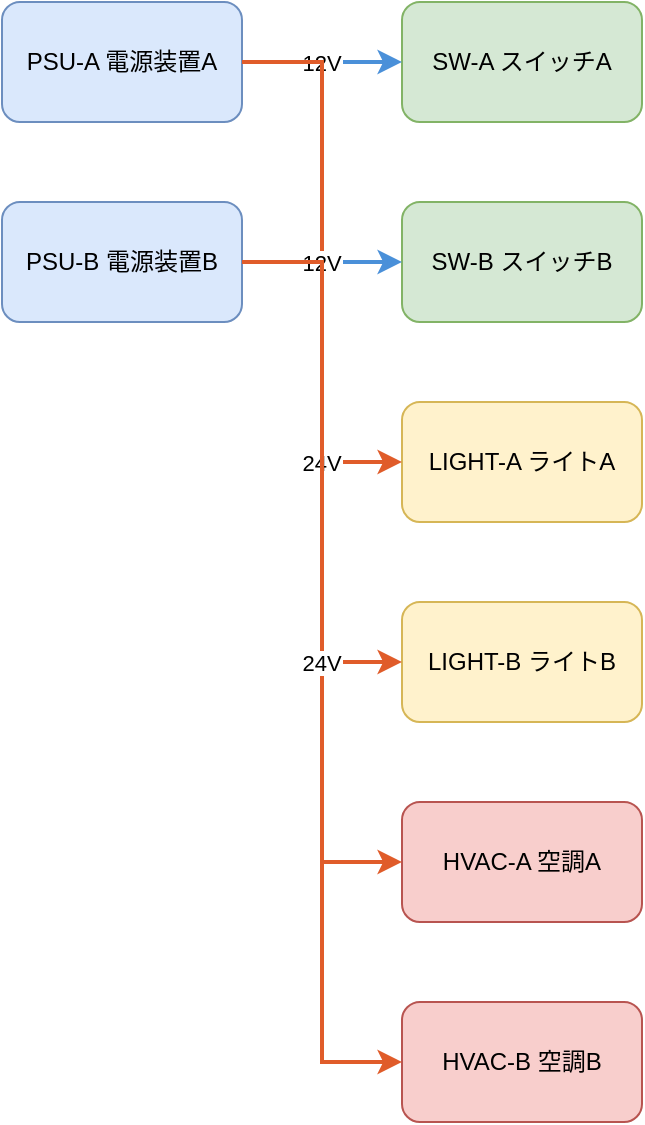
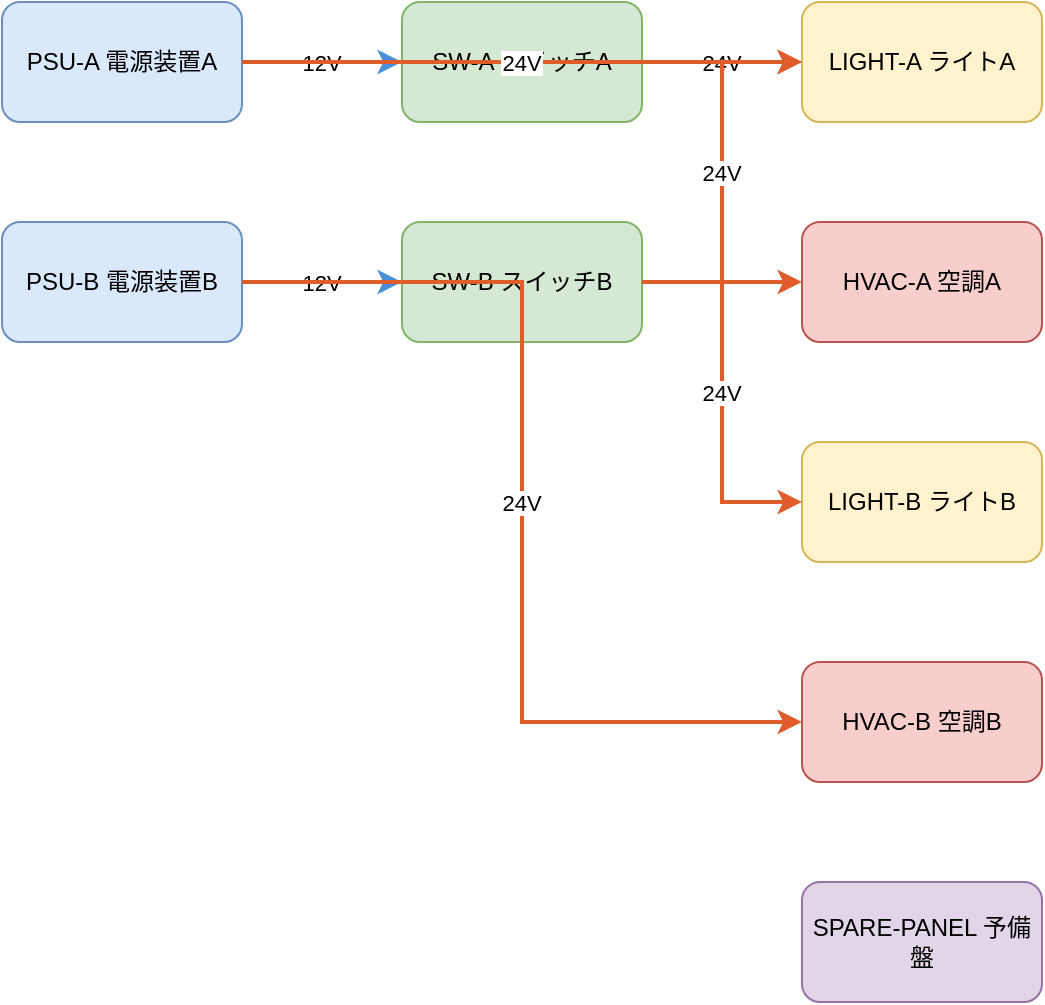
<?xml version="1.0" ?>
<mxGraphModel>
  <root>
    <mxCell id="0"/>
    <mxCell id="1" parent="0"/>
    <mxCell id="PSU-A" value="PSU-A
電源装置A" style="rounded=1;whiteSpace=wrap;html=1;fillColor=#DAE8FC;strokeColor=#6C8EBF;" vertex="1" parent="1" tooltip="type: PowerSupply&amp;#xa;system: A&amp;#xa;voltages: ['12V', '24V']&amp;#xa;capacity: 500W">
      <mxGeometry x="40" y="40" width="120" height="60" as="geometry"/>
    </mxCell>
-     <mxCell id="PSU-B" value="PSU-B
- 電源装置B" style="rounded=1;whiteSpace=wrap;html=1;fillColor=#DAE8FC;strokeColor=#6C8EBF;" vertex="1" parent="1" tooltip="type: PowerSupply&amp;#xa;system: B&amp;#xa;voltages: ['12V', '24V']&amp;#xa;capacity: 500W">
-       <mxGeometry x="40" y="140" width="120" height="60" as="geometry"/>
-     </mxCell>
    <mxCell id="SW-A" value="SW-A
スイッチA" style="rounded=1;whiteSpace=wrap;html=1;fillColor=#D5E8D4;strokeColor=#82B366;" vertex="1" parent="1" tooltip="type: Switch&amp;#xa;system: A&amp;#xa;voltages: ['12V']&amp;#xa;consumption: 5W">
      <mxGeometry x="240" y="40" width="120" height="60" as="geometry"/>
    </mxCell>
+     <mxCell id="LIGHT-A" value="LIGHT-A
+ ライトA" style="rounded=1;whiteSpace=wrap;html=1;fillColor=#FFF2CC;strokeColor=#D6B656;" vertex="1" parent="1" tooltip="type: Light&amp;#xa;system: A&amp;#xa;voltages: ['24V']&amp;#xa;consumption: 30W">
+       <mxGeometry x="440" y="40" width="120" height="60" as="geometry"/>
+     </mxCell>
+     <mxCell id="HVAC-A" value="HVAC-A
+ 空調A" style="rounded=1;whiteSpace=wrap;html=1;fillColor=#F8CECC;strokeColor=#B85450;" vertex="1" parent="1" tooltip="type: HVAC&amp;#xa;system: A&amp;#xa;voltages: ['24V']&amp;#xa;consumption: 150W">
+       <mxGeometry x="440" y="150" width="120" height="60" as="geometry"/>
+     </mxCell>
+     <mxCell id="PSU-B" value="PSU-B
+ 電源装置B" style="rounded=1;whiteSpace=wrap;html=1;fillColor=#DAE8FC;strokeColor=#6C8EBF;" vertex="1" parent="1" tooltip="type: PowerSupply&amp;#xa;system: B&amp;#xa;voltages: ['12V', '24V']&amp;#xa;capacity: 500W">
+       <mxGeometry x="40" y="150" width="120" height="60" as="geometry"/>
+     </mxCell>
    <mxCell id="SW-B" value="SW-B
スイッチB" style="rounded=1;whiteSpace=wrap;html=1;fillColor=#D5E8D4;strokeColor=#82B366;" vertex="1" parent="1" tooltip="type: Switch&amp;#xa;system: B&amp;#xa;voltages: ['12V']&amp;#xa;consumption: 5W">
-       <mxGeometry x="240" y="140" width="120" height="60" as="geometry"/>
-     </mxCell>
-     <mxCell id="LIGHT-A" value="LIGHT-A
- ライトA" style="rounded=1;whiteSpace=wrap;html=1;fillColor=#FFF2CC;strokeColor=#D6B656;" vertex="1" parent="1" tooltip="type: Light&amp;#xa;system: A&amp;#xa;voltages: ['24V']&amp;#xa;consumption: 30W">
-       <mxGeometry x="240" y="240" width="120" height="60" as="geometry"/>
+       <mxGeometry x="240" y="150" width="120" height="60" as="geometry"/>
    </mxCell>
    <mxCell id="LIGHT-B" value="LIGHT-B
ライトB" style="rounded=1;whiteSpace=wrap;html=1;fillColor=#FFF2CC;strokeColor=#D6B656;" vertex="1" parent="1" tooltip="type: Light&amp;#xa;system: B&amp;#xa;voltages: ['24V']&amp;#xa;consumption: 30W">
-       <mxGeometry x="240" y="340" width="120" height="60" as="geometry"/>
-     </mxCell>
-     <mxCell id="HVAC-A" value="HVAC-A
- 空調A" style="rounded=1;whiteSpace=wrap;html=1;fillColor=#F8CECC;strokeColor=#B85450;" vertex="1" parent="1" tooltip="type: HVAC&amp;#xa;system: A&amp;#xa;voltages: ['24V']&amp;#xa;consumption: 150W">
-       <mxGeometry x="240" y="440" width="120" height="60" as="geometry"/>
+       <mxGeometry x="440" y="260" width="120" height="60" as="geometry"/>
    </mxCell>
    <mxCell id="HVAC-B" value="HVAC-B
空調B" style="rounded=1;whiteSpace=wrap;html=1;fillColor=#F8CECC;strokeColor=#B85450;" vertex="1" parent="1" tooltip="type: HVAC&amp;#xa;system: B&amp;#xa;voltages: ['24V']&amp;#xa;consumption: 150W">
-       <mxGeometry x="240" y="540" width="120" height="60" as="geometry"/>
+       <mxGeometry x="440" y="370" width="120" height="60" as="geometry"/>
+     </mxCell>
+     <mxCell id="SPARE-PANEL" value="SPARE-PANEL
+ 予備盤" style="rounded=1;whiteSpace=wrap;html=1;fillColor=#E1D5E7;strokeColor=#9673A6;" vertex="1" parent="1" tooltip="type: Panel&amp;#xa;system: spare&amp;#xa;note: relations に未登場">
+       <mxGeometry x="440" y="480" width="120" height="60" as="geometry"/>
    </mxCell>
    <mxCell id="edge-0" value="12V" style="edgeStyle=orthogonalEdgeStyle;rounded=0;strokeColor=#4A90D9;strokeWidth=2;exitX=1;exitY=0.5;exitDx=0;exitDy=0;entryX=0;entryY=0.5;entryDx=0;entryDy=0;" edge="1" source="PSU-A" target="SW-A" parent="1">
      <mxGeometry relative="1" as="geometry"/>
    </mxCell>
-     <mxCell id="edge-1" value="24V" style="edgeStyle=orthogonalEdgeStyle;rounded=0;strokeColor=#E05C2A;strokeWidth=2;exitX=1;exitY=0.5;exitDx=0;exitDy=0;entryX=0;entryY=0.5;entryDx=0;entryDy=0;" edge="1" source="PSU-A" target="LIGHT-A" parent="1">
+     <mxCell id="edge-1" value="24V" style="edgeStyle=orthogonalEdgeStyle;rounded=0;strokeColor=#E05C2A;strokeWidth=2;exitX=1;exitY=0.5;exitDx=0;exitDy=0;entryX=0;entryY=0.5;entryDx=0;entryDy=0;" edge="1" source="SW-A" target="LIGHT-A" parent="1">
      <mxGeometry relative="1" as="geometry"/>
    </mxCell>
-     <mxCell id="edge-2" value="24V" style="edgeStyle=orthogonalEdgeStyle;rounded=0;strokeColor=#E05C2A;strokeWidth=2;exitX=1;exitY=0.5;exitDx=0;exitDy=0;entryX=0;entryY=0.5;entryDx=0;entryDy=0;" edge="1" source="PSU-A" target="HVAC-A" parent="1">
+     <mxCell id="edge-2" value="24V" style="edgeStyle=orthogonalEdgeStyle;rounded=0;strokeColor=#E05C2A;strokeWidth=2;exitX=1;exitY=0.5;exitDx=0;exitDy=0;entryX=0;entryY=0.5;entryDx=0;entryDy=0;" edge="1" source="SW-A" target="HVAC-A" parent="1">
      <mxGeometry relative="1" as="geometry"/>
    </mxCell>
-     <mxCell id="edge-3" value="12V" style="edgeStyle=orthogonalEdgeStyle;rounded=0;strokeColor=#4A90D9;strokeWidth=2;exitX=1;exitY=0.5;exitDx=0;exitDy=0;entryX=0;entryY=0.5;entryDx=0;entryDy=0;" edge="1" source="PSU-B" target="SW-B" parent="1">
+     <mxCell id="edge-3" value="24V" style="edgeStyle=orthogonalEdgeStyle;rounded=0;strokeColor=#E05C2A;strokeWidth=2;exitX=1;exitY=0.5;exitDx=0;exitDy=0;entryX=0;entryY=0.5;entryDx=0;entryDy=0;" edge="1" source="PSU-A" target="LIGHT-A" parent="1">
      <mxGeometry relative="1" as="geometry"/>
    </mxCell>
-     <mxCell id="edge-4" value="24V" style="edgeStyle=orthogonalEdgeStyle;rounded=0;strokeColor=#E05C2A;strokeWidth=2;exitX=1;exitY=0.5;exitDx=0;exitDy=0;entryX=0;entryY=0.5;entryDx=0;entryDy=0;" edge="1" source="PSU-B" target="LIGHT-B" parent="1">
+     <mxCell id="edge-4" value="12V" style="edgeStyle=orthogonalEdgeStyle;rounded=0;strokeColor=#4A90D9;strokeWidth=2;exitX=1;exitY=0.5;exitDx=0;exitDy=0;entryX=0;entryY=0.5;entryDx=0;entryDy=0;" edge="1" source="PSU-B" target="SW-B" parent="1">
      <mxGeometry relative="1" as="geometry"/>
    </mxCell>
-     <mxCell id="edge-5" value="24V" style="edgeStyle=orthogonalEdgeStyle;rounded=0;strokeColor=#E05C2A;strokeWidth=2;exitX=1;exitY=0.5;exitDx=0;exitDy=0;entryX=0;entryY=0.5;entryDx=0;entryDy=0;" edge="1" source="PSU-B" target="HVAC-B" parent="1">
+     <mxCell id="edge-5" value="24V" style="edgeStyle=orthogonalEdgeStyle;rounded=0;strokeColor=#E05C2A;strokeWidth=2;exitX=1;exitY=0.5;exitDx=0;exitDy=0;entryX=0;entryY=0.5;entryDx=0;entryDy=0;" edge="1" source="SW-B" target="LIGHT-B" parent="1">
+       <mxGeometry relative="1" as="geometry"/>
+     </mxCell>
+     <mxCell id="edge-6" value="24V" style="edgeStyle=orthogonalEdgeStyle;rounded=0;strokeColor=#E05C2A;strokeWidth=2;exitX=1;exitY=0.5;exitDx=0;exitDy=0;entryX=0;entryY=0.5;entryDx=0;entryDy=0;" edge="1" source="PSU-B" target="HVAC-B" parent="1">
      <mxGeometry relative="1" as="geometry"/>
    </mxCell>
  </root>
</mxGraphModel>
